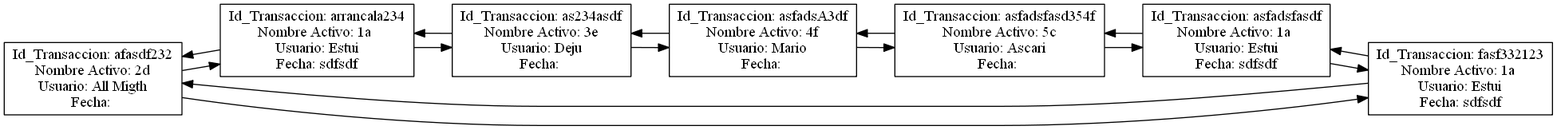
The Graphviz diagram Transacciones.png in MEFM/SistemaDeRentas, before a commit. Its source is kept beside it as Transacciones.dot. Source of this version:
```dot
digraph a{
rankdir = LR
node[shape = rectangle]
X00F4AD78[label = "Id_Transaccion: afasdf232
Nombre Activo: 2d
Usuario: All Migth
Fecha: "]
X00F49408[label = "Id_Transaccion: arrancala234
Nombre Activo: 1a
Usuario: Estui
Fecha: sdfsdf"]
X00F4AE28[label = "Id_Transaccion: as234asdf
Nombre Activo: 3e
Usuario: Deju
Fecha: "]
X00F4AED8[label = "Id_Transaccion: asfadsA3df
Nombre Activo: 4f
Usuario: Mario
Fecha: "]
X00F4B790[label = "Id_Transaccion: asfadsfasd354f
Nombre Activo: 5c
Usuario: Ascari
Fecha: "]
X00F49358[label = "Id_Transaccion: asfadsfasdf
Nombre Activo: 1a
Usuario: Estui
Fecha: sdfsdf"]
X00F494B8[label = "Id_Transaccion: fasf332123
Nombre Activo: 1a
Usuario: Estui
Fecha: sdfsdf"]
X00F4AD78-> X00F49408
X00F4AD78-> X00F494B8
X00F49408-> X00F4AE28
X00F49408-> X00F4AD78
X00F4AE28-> X00F4AED8
X00F4AE28-> X00F49408
X00F4AED8-> X00F4B790
X00F4AED8-> X00F4AE28
X00F4B790-> X00F49358
X00F4B790-> X00F4AED8
X00F49358-> X00F494B8
X00F49358-> X00F4B790
X00F494B8-> X00F4AD78
X00F494B8-> X00F49358
}
```
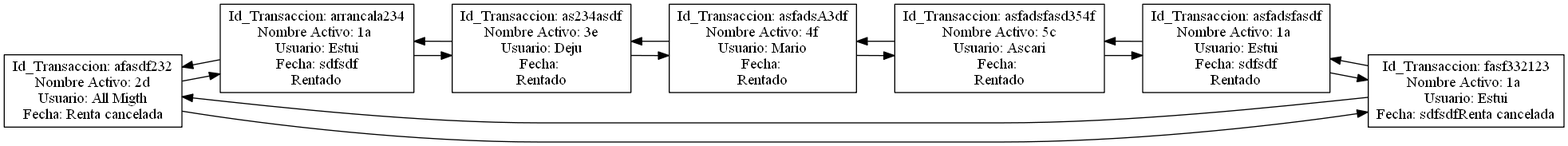
After the change.

The edit, as a diff of the source:
```diff
@@ -1,46 +1,51 @@
 digraph a{
 rankdir = LR
 node[shape = rectangle]
-X00F4AD78[label = "Id_Transaccion: afasdf232
+X00DEC0D0[label = "Id_Transaccion: afasdf232
 Nombre Activo: 2d
 Usuario: All Migth
-Fecha: "]
-X00F49408[label = "Id_Transaccion: arrancala234
+Fecha: Renta cancelada"]
+X00DEBF30[label = "Id_Transaccion: arrancala234
 Nombre Activo: 1a
 Usuario: Estui
-Fecha: sdfsdf"]
-X00F4AE28[label = "Id_Transaccion: as234asdf
+Fecha: sdfsdf
+Rentado"]
+X00DEC1A0[label = "Id_Transaccion: as234asdf
 Nombre Activo: 3e
 Usuario: Deju
-Fecha: "]
-X00F4AED8[label = "Id_Transaccion: asfadsA3df
+Fecha:
+Rentado"]
+X00DEC270[label = "Id_Transaccion: asfadsA3df
 Nombre Activo: 4f
 Usuario: Mario
-Fecha: "]
-X00F4B790[label = "Id_Transaccion: asfadsfasd354f
+Fecha:
+Rentado"]
+X00DEC340[label = "Id_Transaccion: asfadsfasd354f
 Nombre Activo: 5c
 Usuario: Ascari
-Fecha: "]
-X00F49358[label = "Id_Transaccion: asfadsfasdf
+Fecha:
+Rentado"]
+X00DEBE60[label = "Id_Transaccion: asfadsfasdf
 Nombre Activo: 1a
 Usuario: Estui
-Fecha: sdfsdf"]
-X00F494B8[label = "Id_Transaccion: fasf332123
+Fecha: sdfsdf
+Rentado"]
+X00DEC000[label = "Id_Transaccion: fasf332123
 Nombre Activo: 1a
 Usuario: Estui
-Fecha: sdfsdf"]
-X00F4AD78-> X00F49408
-X00F4AD78-> X00F494B8
-X00F49408-> X00F4AE28
-X00F49408-> X00F4AD78
-X00F4AE28-> X00F4AED8
-X00F4AE28-> X00F49408
-X00F4AED8-> X00F4B790
-X00F4AED8-> X00F4AE28
-X00F4B790-> X00F49358
-X00F4B790-> X00F4AED8
-X00F49358-> X00F494B8
-X00F49358-> X00F4B790
-X00F494B8-> X00F4AD78
-X00F494B8-> X00F49358
+Fecha: sdfsdfRenta cancelada"]
+X00DEC0D0-> X00DEBF30
+X00DEC0D0-> X00DEC000
+X00DEBF30-> X00DEC1A0
+X00DEBF30-> X00DEC0D0
+X00DEC1A0-> X00DEC270
+X00DEC1A0-> X00DEBF30
+X00DEC270-> X00DEC340
+X00DEC270-> X00DEC1A0
+X00DEC340-> X00DEBE60
+X00DEC340-> X00DEC270
+X00DEBE60-> X00DEC000
+X00DEBE60-> X00DEC340
+X00DEC000-> X00DEC0D0
+X00DEC000-> X00DEBE60
 }
```
